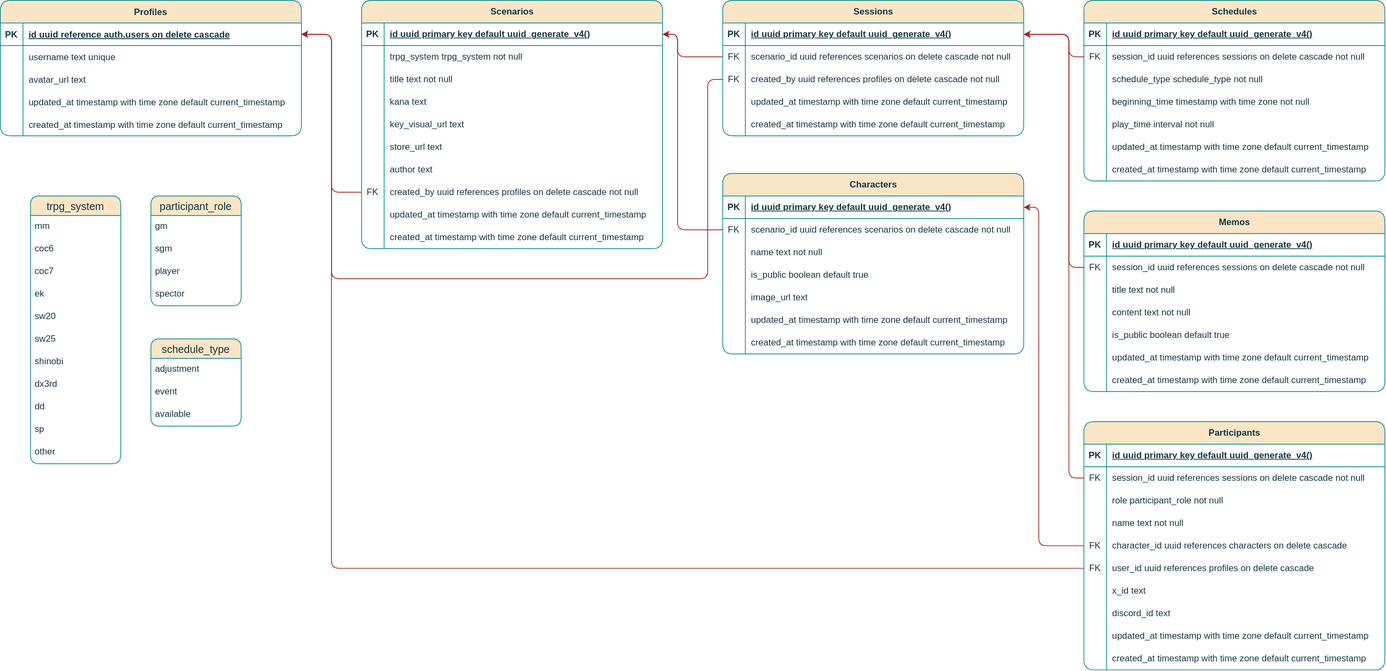
Above: documents/er.drawio.svg in mic4dy/scenarioshelf (draw.io), before the change. Source tidied: cells renumbered, new cells last; positions are measured from the earlier drawing's top-left corner, leaving out a move shared by most shapes.
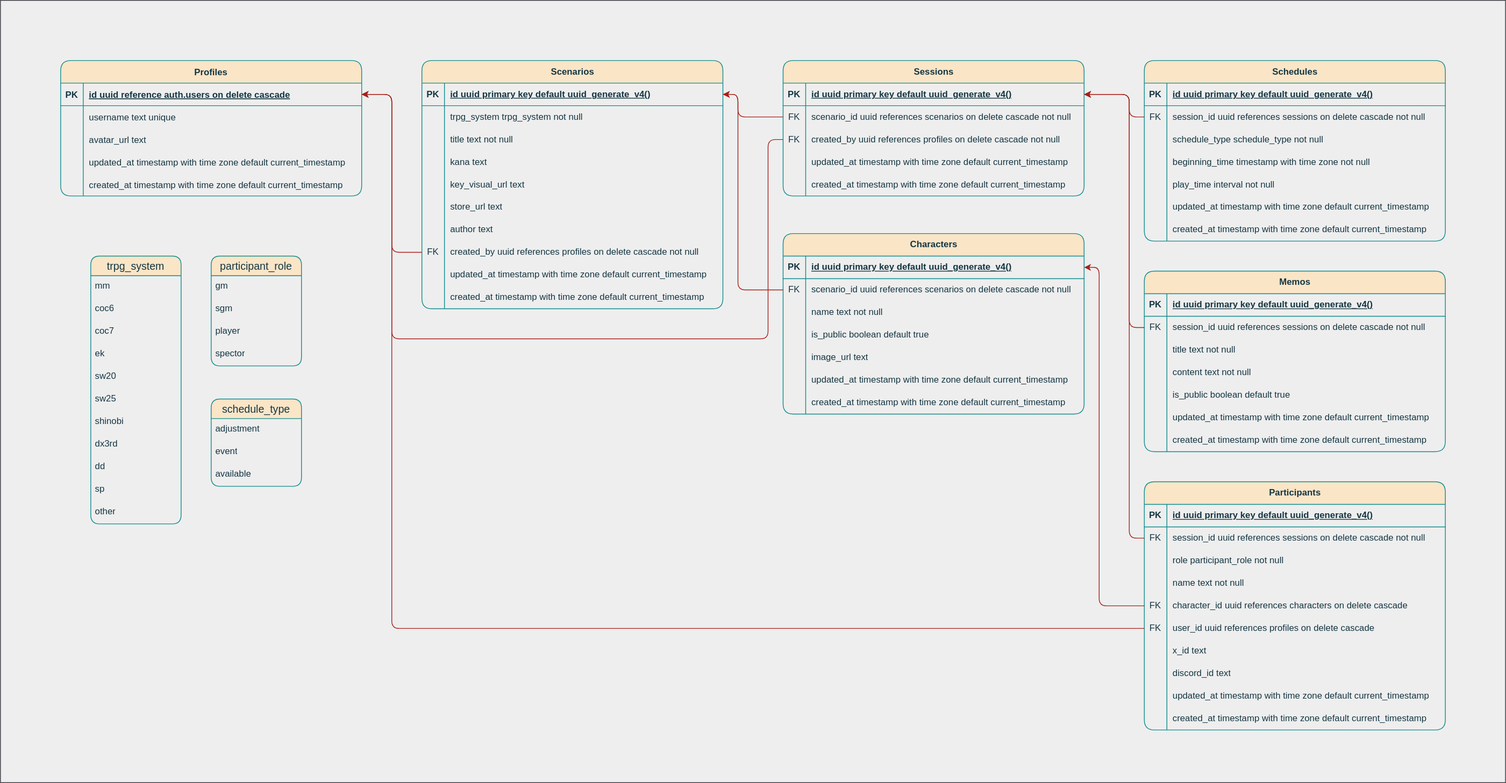
After the commit.

The edit, as a diff of the source:
```diff
@@ -2,6 +2,9 @@
   <root>
     <mxCell id="0" />
     <mxCell id="1" parent="0" />
+    <mxCell id="192" style="rounded=0;whiteSpace=wrap;html=1;fillColor=#eeeeee;strokeColor=#36393d;" parent="1" vertex="1">
+      <mxGeometry x="-80" y="-80" width="2000" height="1040" as="geometry" />
+    </mxCell>
     <mxCell id="2" value="Profiles" style="shape=table;startSize=30;rowLines=0;fontStyle=1;align=center;rounded=1;labelBackgroundColor=none;fillColor=#FAE5C7;strokeColor=#0F8B8D;fontColor=#143642;" parent="1" vertex="1">
       <mxGeometry width="400" height="180" as="geometry" />
     </mxCell>
```
